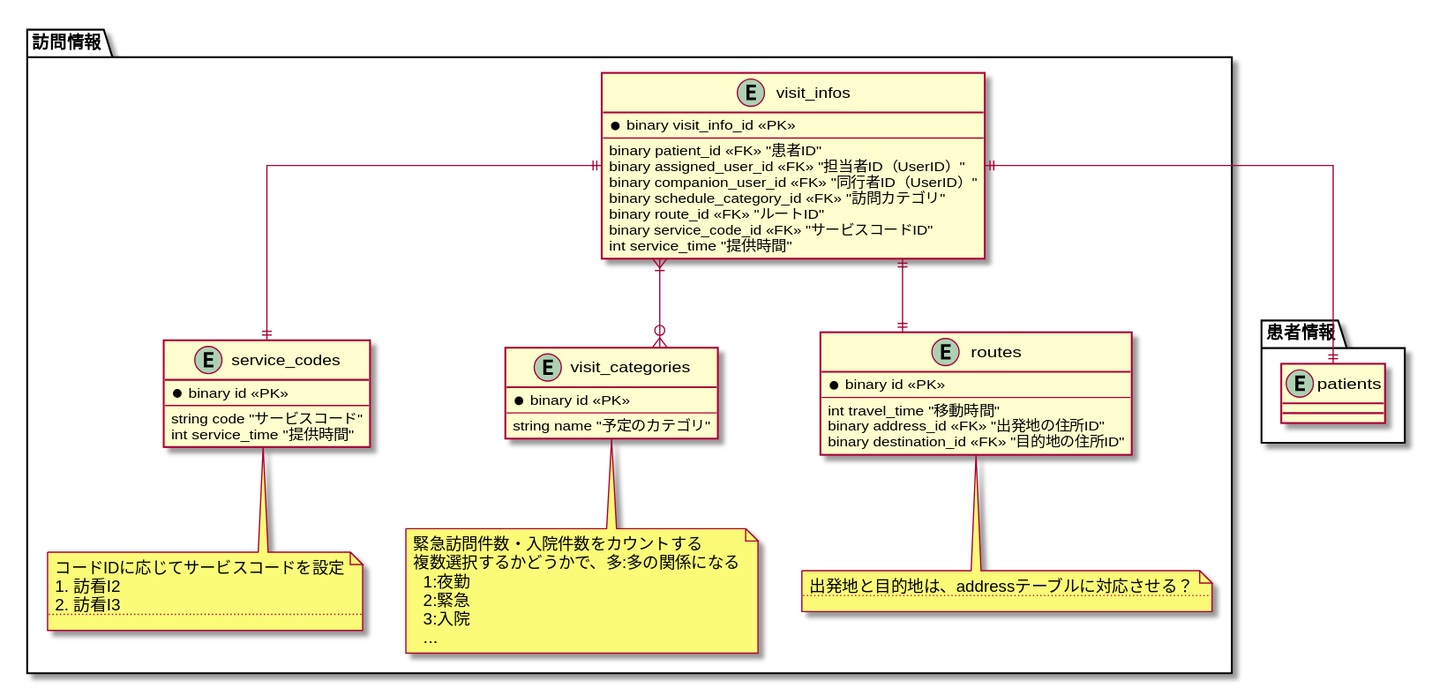
The PlantUML diagram src/diagrams-svg/ER/tables/visit_infos.svg in Fukuemon/buddy_design_docs, before a commit.
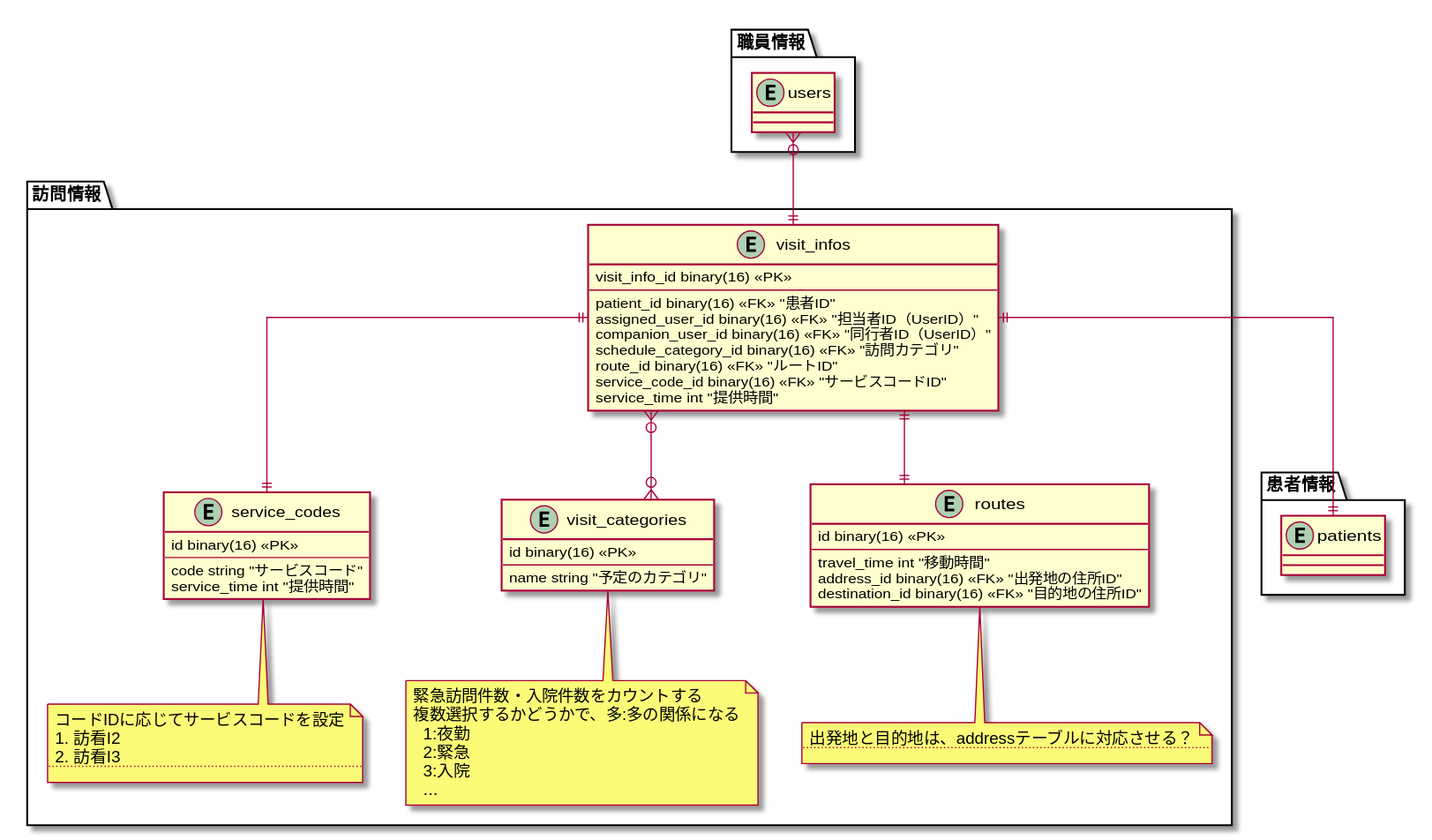
After the commit.

The edit, as a diff of the source:
```diff
@@ -3,22 +3,22 @@
 
 package 訪問情報 {
   entity visit_infos {
-    * binary visit_info_id <<PK>>
+    visit_info_id binary(16) <<PK>>
     --
-    binary patient_id <<FK>> "患者ID"
-    binary assigned_user_id <<FK>> "担当者ID（UserID）"
-    binary companion_user_id <<FK>> "同行者ID（UserID）"
-    binary schedule_category_id <<FK>> "訪問カテゴリ"
-    binary route_id <<FK>> "ルートID"
-    binary service_code_id <<FK>> "サービスコードID"
-    int service_time "提供時間"
+    patient_id binary(16) <<FK>> "患者ID"
+    assigned_user_id binary(16) <<FK>> "担当者ID（UserID）"
+    companion_user_id binary(16) <<FK>> "同行者ID（UserID）"
+    schedule_category_id binary(16) <<FK>> "訪問カテゴリ"
+    route_id binary(16) <<FK>> "ルートID"
+    service_code_id binary(16) <<FK>> "サービスコードID"
+    service_time int "提供時間"
   }
 
   entity service_codes {
-    * binary id <<PK>>
+    id binary(16) <<PK>>
     --
-    string code "サービスコード"
-    int service_time "提供時間"
+    code string "サービスコード"
+    service_time int "提供時間"
   }
   note bottom of service_codes
     コードIDに応じてサービスコードを設定
@@ -28,9 +28,9 @@
   end note
 
   entity visit_categories {
-    * binary id <<PK>>
+    id binary(16) <<PK>>
     --
-    string name "予定のカテゴリ"
+    name string "予定のカテゴリ"
   }
 
   note bottom of visit_categories
@@ -43,11 +43,11 @@
   end note
 
   entity routes {
-    * binary id <<PK>>
+    id binary(16) <<PK>>
     --
-    int travel_time "移動時間"
-    binary address_id <<FK>> "出発地の住所ID"
-    binary destination_id <<FK>> "目的地の住所ID"
+    travel_time int "移動時間"
+    address_id binary(16) <<FK>> "出発地の住所ID"
+    destination_id binary(16) <<FK>> "目的地の住所ID"
   }
 
   note bottom of routes
@@ -60,9 +60,14 @@
   entity patients {}
 }
 
+package 職員情報 {
+  entity users {}
+}
+
+users }o--|| visit_infos
 visit_infos ||--|| service_codes
 visit_infos ||--|| patients
 visit_infos ||--|| routes
-visit_infos }|--o{ visit_categories
+visit_infos }o--o{ visit_categories
 
 @enduml
```
